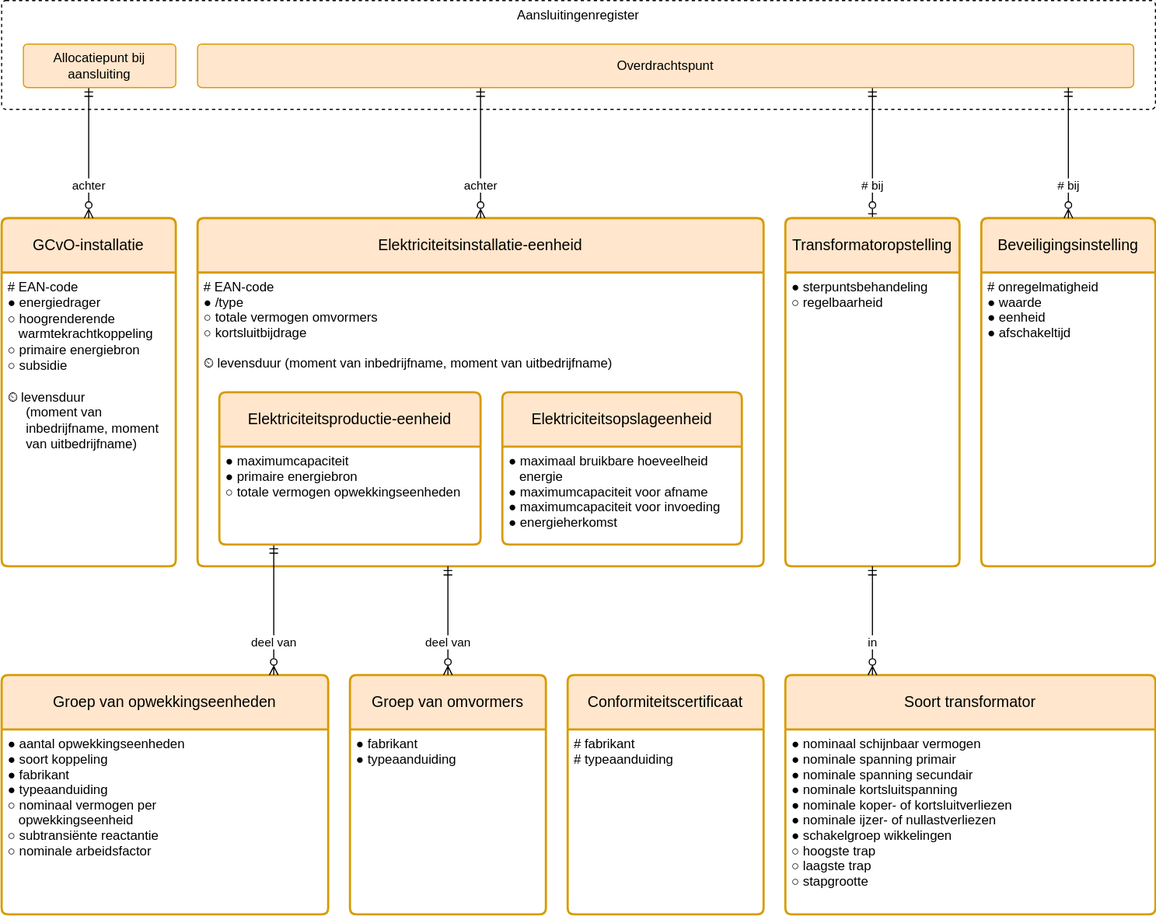
Above: modellen/registers/installatieregister/1.0.0/model.drawio.svg in sefanja/nbnl-conceptuele-informatiemodellen (draw.io), before the change. Source tidied: cells renumbered, new cells last; positions are measured from the earlier drawing's top-left corner, leaving out a move shared by most shapes.
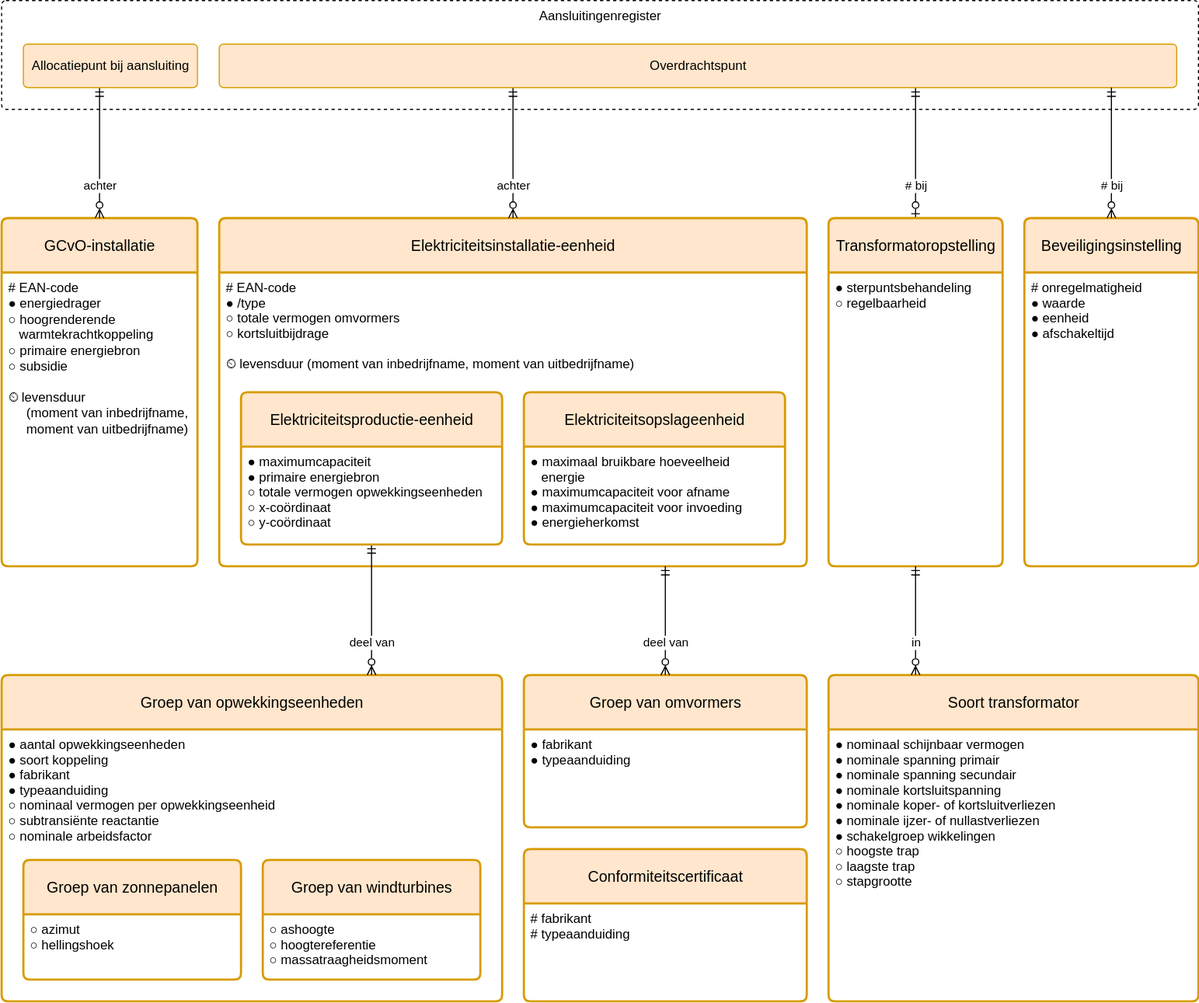
After the commit.

The edit, as a diff of the source:
```diff
@@ -3,34 +3,34 @@
     <mxCell id="0" />
     <mxCell id="1" parent="0" />
     <mxCell id="2" value="Aansluitingenregister" style="rounded=1;whiteSpace=wrap;html=1;dashed=1;verticalAlign=top;arcSize=4;" parent="1" vertex="1">
-      <mxGeometry width="1060" height="100" as="geometry" />
+      <mxGeometry x="-20" width="1100" height="100" as="geometry" />
     </mxCell>
     <mxCell id="3" value="GCvO-installatie" style="swimlane;horizontal=1;startSize=50;rounded=1;fontSize=14;fontStyle=0;strokeWidth=2;shadow=0;dashed=0;align=center;arcSize=4;fillColor=#ffe6cc;strokeColor=#d79b00;whiteSpace=wrap;html=1;" parent="1" vertex="1">
-      <mxGeometry y="200" width="160" height="320" as="geometry" />
+      <mxGeometry x="-20" y="200" width="180" height="320" as="geometry" />
     </mxCell>
-    <mxCell id="4" value="# EAN-code&lt;br&gt;● energiedrager&lt;br&gt;○&amp;nbsp;hoogrenderende&lt;br&gt;&amp;nbsp; &amp;nbsp;warmtekrachtkoppeling&lt;br&gt;○ primaire energiebron&lt;br&gt;&lt;div&gt;○ subsidie&lt;br&gt;&lt;br&gt;⏲&amp;nbsp;levensduur&lt;div&gt;&lt;span style=&quot;background-color: initial;&quot;&gt;&amp;nbsp; &amp;nbsp; &amp;nbsp;(moment&amp;nbsp;&lt;/span&gt;&lt;span style=&quot;background-color: initial;&quot;&gt;van&lt;/span&gt;&lt;/div&gt;&lt;div&gt;&lt;span style=&quot;background-color: initial;&quot;&gt;&amp;nbsp; &amp;nbsp; &amp;nbsp;inbedrijf&lt;/span&gt;&lt;span style=&quot;background-color: initial;&quot;&gt;name, moment&lt;/span&gt;&lt;div&gt;&lt;span style=&quot;background-color: initial;&quot;&gt;&amp;nbsp; &amp;nbsp; &amp;nbsp;van&amp;nbsp;&lt;/span&gt;&lt;span style=&quot;background-color: initial;&quot;&gt;uitbedrijfname)&lt;/span&gt;&lt;/div&gt;&lt;/div&gt;&lt;/div&gt;" style="align=left;strokeColor=none;fillColor=none;spacingLeft=4;fontSize=12;verticalAlign=top;html=1;" parent="3" vertex="1">
-      <mxGeometry y="50" width="160" height="270" as="geometry" />
+    <mxCell id="4" value="# EAN-code&lt;br&gt;● energiedrager&lt;br&gt;○&amp;nbsp;hoogrenderende&lt;br&gt;&amp;nbsp; &amp;nbsp;warmtekrachtkoppeling&lt;br&gt;○ primaire energiebron&lt;br&gt;&lt;div&gt;○ subsidie&lt;br&gt;&lt;br&gt;⏲&amp;nbsp;levensduur&lt;div&gt;&lt;span style=&quot;background-color: initial;&quot;&gt;&amp;nbsp; &amp;nbsp; &amp;nbsp;(moment&amp;nbsp;&lt;/span&gt;&lt;span style=&quot;background-color: initial;&quot;&gt;van&lt;/span&gt;&lt;span style=&quot;background-color: initial; color: light-dark(rgb(0, 0, 0), rgb(255, 255, 255));&quot;&gt;&amp;nbsp;inbedrijf&lt;/span&gt;&lt;span style=&quot;background-color: initial; color: light-dark(rgb(0, 0, 0), rgb(255, 255, 255));&quot;&gt;name,&lt;/span&gt;&lt;/div&gt;&lt;div&gt;&lt;span style=&quot;background-color: initial; color: light-dark(rgb(0, 0, 0), rgb(255, 255, 255));&quot;&gt;&amp;nbsp; &amp;nbsp; &amp;nbsp;moment&lt;/span&gt;&lt;span style=&quot;background-color: initial; color: light-dark(rgb(0, 0, 0), rgb(255, 255, 255));&quot;&gt;&amp;nbsp;van&amp;nbsp;&lt;/span&gt;&lt;span style=&quot;background-color: initial; color: light-dark(rgb(0, 0, 0), rgb(255, 255, 255));&quot;&gt;uitbedrijfname)&lt;/span&gt;&lt;/div&gt;&lt;/div&gt;" style="align=left;strokeColor=none;fillColor=none;spacingLeft=4;fontSize=12;verticalAlign=top;html=1;" parent="3" vertex="1">
+      <mxGeometry y="50" width="180" height="270" as="geometry" />
     </mxCell>
     <mxCell id="5" value="achter" style="edgeStyle=elbowEdgeStyle;rounded=0;jettySize=auto;html=1;endArrow=ERmandOne;endFill=0;startArrow=ERzeroToMany;startFill=0;align=center;exitX=0.5;exitY=0;exitDx=0;exitDy=0;" parent="1" edge="1" source="3" target="22">
       <mxGeometry x="-0.5" relative="1" as="geometry" />
     </mxCell>
     <mxCell id="6" value="Elektriciteitsinstallatie-eenheid" style="swimlane;horizontal=1;startSize=50;rounded=1;fontSize=14;fontStyle=0;strokeWidth=2;shadow=0;dashed=0;align=center;fillColor=#ffe6cc;strokeColor=#d79b00;arcSize=4;whiteSpace=wrap;html=1;" parent="1" vertex="1">
-      <mxGeometry x="180" y="200" width="520" height="320" as="geometry" />
+      <mxGeometry x="180" y="200" width="540" height="320" as="geometry" />
     </mxCell>
     <mxCell id="7" value="# EAN-code&#10;● /type&#10;○ totale vermogen omvormers&#10;○ kortsluitbijdrage&#10;&#10;⏲ levensduur (moment van inbedrijfname, moment van uitbedrijfname)" style="align=left;strokeColor=none;fillColor=none;spacingLeft=4;fontSize=12;verticalAlign=top;" parent="6" vertex="1">
-      <mxGeometry y="50" width="520" height="270" as="geometry" />
+      <mxGeometry y="50" width="540" height="270" as="geometry" />
     </mxCell>
     <mxCell id="8" value="Groep van opwekkingseenheden" style="swimlane;horizontal=1;startSize=50;rounded=1;fontSize=14;fontStyle=0;strokeWidth=2;shadow=0;dashed=0;align=center;fillColor=#ffe6cc;strokeColor=#d79b00;arcSize=4;whiteSpace=wrap;html=1;" parent="1" vertex="1">
-      <mxGeometry y="620" width="300" height="220" as="geometry" />
+      <mxGeometry x="-20" y="620" width="460" height="300" as="geometry" />
     </mxCell>
-    <mxCell id="9" value="● aantal opwekkingseenheden&#10;● soort koppeling&#10;● fabrikant&#10;● typeaanduiding&#10;○ nominaal vermogen per&#10;   opwekkingseenheid&#10;○ subtransiënte reactantie&#10;○ nominale arbeidsfactor" style="align=left;strokeColor=none;fillColor=none;spacingLeft=4;fontSize=12;verticalAlign=top;" parent="8" vertex="1">
-      <mxGeometry y="50" width="300" height="170" as="geometry" />
+    <mxCell id="9" value="● aantal opwekkingseenheden&#10;● soort koppeling&#10;● fabrikant&#10;● typeaanduiding&#10;○ nominaal vermogen per opwekkingseenheid&#10;○ subtransiënte reactantie&#10;○ nominale arbeidsfactor" style="align=left;strokeColor=none;fillColor=none;spacingLeft=4;fontSize=12;verticalAlign=top;" parent="8" vertex="1">
+      <mxGeometry y="50" width="460" height="250" as="geometry" />
     </mxCell>
     <mxCell id="10" value="Soort transformator" style="swimlane;horizontal=1;startSize=50;rounded=1;fontSize=14;fontStyle=0;strokeWidth=2;shadow=0;dashed=0;align=center;fillColor=#ffe6cc;strokeColor=#d79b00;arcSize=4;whiteSpace=wrap;html=1;" parent="1" vertex="1">
-      <mxGeometry x="720" y="620" width="340" height="220" as="geometry" />
+      <mxGeometry x="740" y="620" width="340" height="300" as="geometry" />
     </mxCell>
     <mxCell id="11" value="● nominaal schijnbaar vermogen&#10;● nominale spanning primair&#10;● nominale spanning secundair&#10;● nominale kortsluitspanning&#10;● nominale koper- of kortsluitverliezen&#10;● nominale ijzer- of nullastverliezen&#10;● schakelgroep wikkelingen&#10;○ hoogste trap&#10;○ laagste trap&#10;○ stapgrootte" style="align=left;strokeColor=none;fillColor=none;spacingLeft=4;fontSize=12;verticalAlign=top;" parent="10" vertex="1">
-      <mxGeometry y="50" width="340" height="170" as="geometry" />
+      <mxGeometry y="50" width="340" height="250" as="geometry" />
     </mxCell>
     <mxCell id="12" value="deel van" style="endArrow=ERzeroToMany;html=1;rounded=0;startArrow=ERmandOne;startFill=0;endFill=0;edgeStyle=elbowEdgeStyle;align=center;" parent="1" edge="1" source="14" target="8">
       <mxGeometry x="0.5" relative="1" as="geometry" />
@@ -41,32 +41,32 @@
     <mxCell id="14" value="Elektriciteitsproductie-eenheid" style="swimlane;horizontal=1;startSize=50;rounded=1;fontSize=14;fontStyle=0;strokeWidth=2;shadow=0;dashed=0;align=center;fillColor=#ffe6cc;strokeColor=#d79b00;arcSize=4;whiteSpace=wrap;html=1;" parent="1" vertex="1">
       <mxGeometry x="200" y="360" width="240" height="140" as="geometry" />
     </mxCell>
-    <mxCell id="15" value="● maximumcapaciteit&#10;● primaire energiebron&#10;○ totale vermogen opwekkingseenheden" style="align=left;strokeColor=none;fillColor=none;spacingLeft=4;fontSize=12;verticalAlign=top;" parent="14" vertex="1">
+    <mxCell id="15" value="● maximumcapaciteit&#10;● primaire energiebron&#10;○ totale vermogen opwekkingseenheden&#10;○ x-coördinaat&#10;○ y-coördinaat" style="align=left;strokeColor=none;fillColor=none;spacingLeft=4;fontSize=12;verticalAlign=top;" parent="14" vertex="1">
       <mxGeometry y="50" width="240" height="90" as="geometry" />
     </mxCell>
     <mxCell id="16" value="Elektriciteitsopslageenheid" style="swimlane;horizontal=1;startSize=50;rounded=1;fontSize=14;fontStyle=0;strokeWidth=2;shadow=0;dashed=0;align=center;fillColor=#ffe6cc;strokeColor=#d79b00;arcSize=4;whiteSpace=wrap;html=1;" parent="1" vertex="1">
-      <mxGeometry x="460" y="360" width="220" height="140" as="geometry" />
+      <mxGeometry x="460" y="360" width="240" height="140" as="geometry" />
     </mxCell>
     <mxCell id="17" value="● maximaal bruikbare hoeveelheid&#10;   energie&#10;● maximumcapaciteit voor afname&#10;● maximumcapaciteit voor invoeding&#10;● energieherkomst" style="align=left;strokeColor=none;fillColor=none;spacingLeft=4;fontSize=12;verticalAlign=top;fontStyle=0;" parent="16" vertex="1">
-      <mxGeometry y="50" width="220" height="90" as="geometry" />
+      <mxGeometry y="50" width="240" height="90" as="geometry" />
     </mxCell>
     <mxCell id="18" value="achter" style="endArrow=ERmandOne;html=1;rounded=0;endFill=0;startArrow=ERzeroToMany;startFill=0;align=center;edgeStyle=elbowEdgeStyle;" parent="1" edge="1" source="6" target="19">
       <mxGeometry x="-0.5" relative="1" as="geometry" />
     </mxCell>
     <mxCell id="19" value="Overdrachtspunt" style="rounded=1;arcSize=10;whiteSpace=wrap;html=1;align=center;fillColor=#ffe6cc;strokeColor=#d79b00;" parent="1" vertex="1">
-      <mxGeometry x="180" y="40" width="860" height="40" as="geometry" />
+      <mxGeometry x="180" y="40" width="880" height="40" as="geometry" />
     </mxCell>
     <mxCell id="20" value="Conformiteitscertificaat" style="swimlane;horizontal=1;startSize=50;rounded=1;fontSize=14;fontStyle=0;strokeWidth=2;shadow=0;dashed=0;align=center;fillColor=#ffe6cc;strokeColor=#d79b00;arcSize=4;whiteSpace=wrap;html=1;" parent="1" vertex="1">
-      <mxGeometry x="520" y="620" width="180" height="220" as="geometry" />
+      <mxGeometry x="460" y="780" width="260" height="140" as="geometry" />
     </mxCell>
     <mxCell id="21" value="# fabrikant&#10;# typeaanduiding" style="align=left;strokeColor=none;fillColor=none;spacingLeft=4;fontSize=12;verticalAlign=top;" parent="20" vertex="1">
-      <mxGeometry y="50" width="180" height="170" as="geometry" />
+      <mxGeometry y="50" width="260" height="90" as="geometry" />
     </mxCell>
     <mxCell id="22" value="Allocatiepunt bij aansluiting" style="rounded=1;arcSize=10;whiteSpace=wrap;html=1;align=center;fillColor=#ffe6cc;strokeColor=#d79b00;" parent="1" vertex="1">
-      <mxGeometry x="20" y="40" width="140" height="40" as="geometry" />
+      <mxGeometry y="40" width="160" height="40" as="geometry" />
     </mxCell>
     <mxCell id="23" value="Beveiligingsinstelling" style="swimlane;horizontal=1;startSize=50;rounded=1;fontSize=14;fontStyle=0;strokeWidth=2;shadow=0;dashed=0;align=center;fillColor=#ffe6cc;strokeColor=#d79b00;arcSize=4;whiteSpace=wrap;html=1;" parent="1" vertex="1">
-      <mxGeometry x="900" y="200" width="160" height="320" as="geometry" />
+      <mxGeometry x="920" y="200" width="160" height="320" as="geometry" />
     </mxCell>
     <mxCell id="24" value="# onregelmatigheid&#10;● waarde&#10;● eenheid&#10;● afschakeltijd" style="align=left;strokeColor=none;fillColor=none;spacingLeft=4;fontSize=12;verticalAlign=top;" parent="23" vertex="1">
       <mxGeometry y="50" width="160" height="270" as="geometry" />
@@ -75,16 +75,16 @@
       <mxGeometry x="0.5" relative="1" as="geometry" />
     </mxCell>
     <mxCell id="26" value="Groep van omvormers" style="swimlane;horizontal=1;startSize=50;rounded=1;fontSize=14;fontStyle=0;strokeWidth=2;shadow=0;dashed=0;align=center;fillColor=#ffe6cc;strokeColor=#d79b00;arcSize=4;whiteSpace=wrap;html=1;" parent="1" vertex="1">
-      <mxGeometry x="320" y="620" width="180" height="220" as="geometry" />
+      <mxGeometry x="460" y="620" width="260" height="140" as="geometry" />
     </mxCell>
     <mxCell id="27" value="● fabrikant&#10;● typeaanduiding" style="align=left;strokeColor=none;fillColor=none;spacingLeft=4;fontSize=12;verticalAlign=top;" parent="26" vertex="1">
-      <mxGeometry y="50" width="180" height="170" as="geometry" />
+      <mxGeometry y="50" width="260" height="90" as="geometry" />
     </mxCell>
     <mxCell id="28" value="deel van" style="endArrow=ERzeroToMany;html=1;rounded=0;startArrow=ERmandOne;startFill=0;endFill=0;align=center;edgeStyle=elbowEdgeStyle;entryX=0.5;entryY=0;entryDx=0;entryDy=0;" parent="1" edge="1" source="6" target="26">
       <mxGeometry x="0.4" relative="1" as="geometry" />
     </mxCell>
     <mxCell id="29" value="Transformatoropstelling" style="swimlane;horizontal=1;startSize=50;rounded=1;fontSize=14;fontStyle=0;strokeWidth=2;shadow=0;dashed=0;align=center;fillColor=#ffe6cc;strokeColor=#d79b00;arcSize=4;whiteSpace=wrap;html=1;" parent="1" vertex="1">
-      <mxGeometry x="720" y="200" width="160" height="320" as="geometry" />
+      <mxGeometry x="740" y="200" width="160" height="320" as="geometry" />
     </mxCell>
     <mxCell id="30" value="● sterpuntsbehandeling&#10;○ regelbaarheid" style="align=left;strokeColor=none;fillColor=none;spacingLeft=4;fontSize=12;verticalAlign=top;" parent="29" vertex="1">
       <mxGeometry y="50" width="160" height="270" as="geometry" />
@@ -92,5 +92,17 @@
     <mxCell id="31" value="in" style="endArrow=ERzeroToMany;html=1;rounded=0;startArrow=ERmandOne;startFill=0;endFill=0;align=center;edgeStyle=elbowEdgeStyle;" parent="1" edge="1" source="29" target="10">
       <mxGeometry x="0.4" relative="1" as="geometry" />
     </mxCell>
+    <mxCell id="32" value="Groep van zonnepanelen" style="swimlane;horizontal=1;startSize=50;rounded=1;fontSize=14;fontStyle=0;strokeWidth=2;shadow=0;dashed=0;align=center;fillColor=#ffe6cc;strokeColor=#d79b00;arcSize=4;whiteSpace=wrap;html=1;" parent="1" vertex="1">
+      <mxGeometry y="790" width="200" height="110" as="geometry" />
+    </mxCell>
+    <mxCell id="33" value="○ azimut&#10;○ hellingshoek" style="align=left;strokeColor=none;fillColor=none;spacingLeft=4;fontSize=12;verticalAlign=top;" parent="32" vertex="1">
+      <mxGeometry y="50" width="200" height="60" as="geometry" />
+    </mxCell>
+    <mxCell id="34" value="Groep van windturbines" style="swimlane;horizontal=1;startSize=50;rounded=1;fontSize=14;fontStyle=0;strokeWidth=2;shadow=0;dashed=0;align=center;fillColor=#ffe6cc;strokeColor=#d79b00;arcSize=4;whiteSpace=wrap;html=1;" parent="1" vertex="1">
+      <mxGeometry x="220" y="790" width="200" height="110" as="geometry" />
+    </mxCell>
+    <mxCell id="35" value="○ ashoogte&#10;○ hoogtereferentie&#10;○ massatraagheidsmoment" style="align=left;strokeColor=none;fillColor=none;spacingLeft=4;fontSize=12;verticalAlign=top;" parent="34" vertex="1">
+      <mxGeometry y="50" width="200" height="60" as="geometry" />
+    </mxCell>
   </root>
 </mxGraphModel>
```
